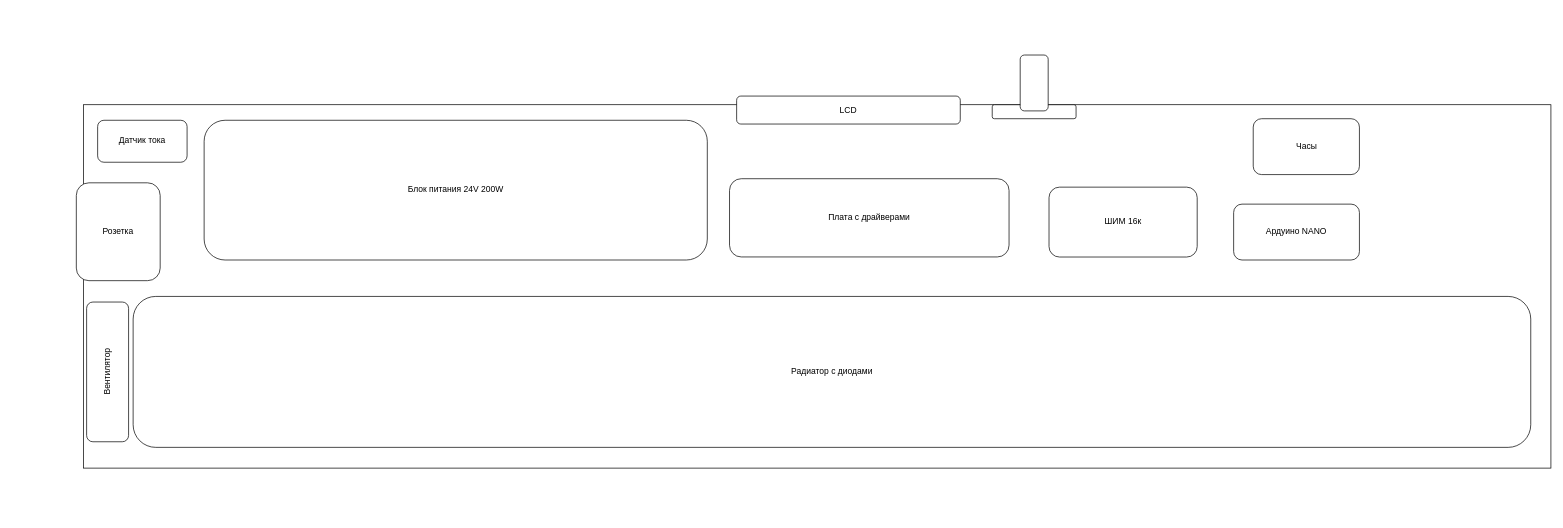
Earlier version of the draw.io diagram lighter.drawio (drakulitka/diagrams). Source tidied: cells renumbered, new cells numbered last; positions are measured from the earlier drawing's top-left corner, leaving out a move shared by most shapes. Both pictures are drawn from the tidied source at 71%, with x=0, y=0 at pixel (76, 55).
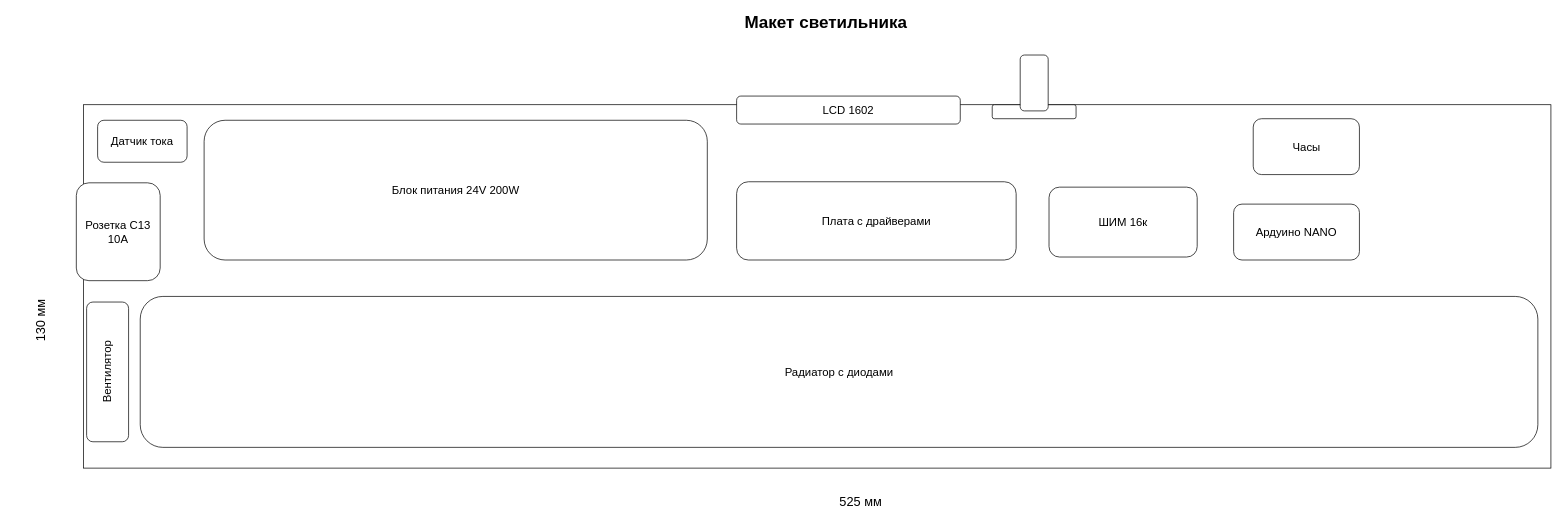
The same page after the edit.

Change to the diagram source:
```diff
@@
 <mxGraphModel>
   <root>
     <mxCell id="0" />
     <mxCell id="1" parent="0" />
-    <mxCell id="2" style="rounded=0;whiteSpace=wrap;html=1;labelBackgroundColor=none;labelBorderColor=none;" parent="1" vertex="1">
+    <mxCell id="2" style="rounded=0;whiteSpace=wrap;html=1;labelBackgroundColor=none;labelBorderColor=none;shadow=0;sketch=0;glass=0;noLabel=0;absoluteArcSize=0;fontSize=16;" parent="1" vertex="1">
       <mxGeometry x="10" y="70" width="2066.9" height="511.8" as="geometry" />
     </mxCell>
-    <mxCell id="3" value="Радиатор с диодами" style="rounded=1;whiteSpace=wrap;html=1;" parent="1" vertex="1">
-      <mxGeometry x="80" y="340" width="1968.5" height="212.6" as="geometry" />
+    <mxCell id="3" value="Радиатор с диодами" style="rounded=1;whiteSpace=wrap;html=1;fontSize=16;" parent="1" vertex="1">
+      <mxGeometry x="90" y="340" width="1968.5" height="212.6" as="geometry" />
     </mxCell>
-    <mxCell id="4" value="Блок питания 24V 200W" style="rounded=1;whiteSpace=wrap;html=1;" parent="1" vertex="1">
+    <mxCell id="4" value="Блок питания 24V 200W" style="rounded=1;whiteSpace=wrap;html=1;fontSize=16;" parent="1" vertex="1">
       <mxGeometry x="180" y="91.9" width="708.7" height="196.8" as="geometry" />
     </mxCell>
-    <mxCell id="5" value="&lt;span style=&quot;color: rgb(0, 0, 0);&quot;&gt;Плата с драйверами&lt;/span&gt;" style="rounded=1;whiteSpace=wrap;html=1;" parent="1" vertex="1">
-      <mxGeometry x="920" y="174.2" width="393.7" height="110.2" as="geometry" />
-    </mxCell>
-    <mxCell id="6" value="Ардуино NANO" style="rounded=1;whiteSpace=wrap;html=1;" parent="1" vertex="1">
+    <mxCell id="6" value="Ардуино NANO" style="rounded=1;whiteSpace=wrap;html=1;fontSize=16;" parent="1" vertex="1">
       <mxGeometry x="1630" y="210" width="177.2" height="78.7" as="geometry" />
     </mxCell>
-    <mxCell id="7" value="ШИМ 16к" style="rounded=1;whiteSpace=wrap;html=1;" parent="1" vertex="1">
+    <mxCell id="7" value="ШИМ 16к" style="rounded=1;whiteSpace=wrap;html=1;fontSize=16;" parent="1" vertex="1">
       <mxGeometry x="1370" y="186.1" width="208.7" height="98.4" as="geometry" />
     </mxCell>
-    <mxCell id="8" value="Часы" style="rounded=1;whiteSpace=wrap;html=1;" parent="1" vertex="1">
+    <mxCell id="8" value="Часы" style="rounded=1;whiteSpace=wrap;html=1;fontSize=16;" parent="1" vertex="1">
       <mxGeometry x="1657.6" y="89.7" width="149.6" height="78.7" as="geometry" />
     </mxCell>
-    <mxCell id="9" value="LCD" style="rounded=1;whiteSpace=wrap;html=1;horizontal=1;" parent="1" vertex="1">
+    <mxCell id="9" value="LCD 1602" style="rounded=1;whiteSpace=wrap;html=1;horizontal=1;fontSize=16;" parent="1" vertex="1">
       <mxGeometry x="930" y="57.8" width="315" height="39.4" as="geometry" />
     </mxCell>
-    <mxCell id="10" value="Датчик тока" style="rounded=1;whiteSpace=wrap;html=1;" parent="1" vertex="1">
+    <mxCell id="10" value="Датчик тока" style="rounded=1;whiteSpace=wrap;html=1;fontSize=16;" parent="1" vertex="1">
       <mxGeometry x="30" y="91.9" width="126" height="59.1" as="geometry" />
     </mxCell>
-    <mxCell id="11" value="Розетка" style="rounded=1;whiteSpace=wrap;html=1;" parent="1" vertex="1">
+    <mxCell id="11" value="Розетка С13&lt;br&gt;10А" style="rounded=1;whiteSpace=wrap;html=1;fontSize=16;" parent="1" vertex="1">
       <mxGeometry y="180" width="118.1" height="137.8" as="geometry" />
     </mxCell>
-    <mxCell id="12" value="Вентилятор" style="rounded=1;whiteSpace=wrap;html=1;labelBackgroundColor=none;labelBorderColor=none;horizontal=0;" parent="1" vertex="1">
+    <mxCell id="12" value="Вентилятор" style="rounded=1;whiteSpace=wrap;html=1;labelBackgroundColor=none;labelBorderColor=none;horizontal=0;fontSize=16;" parent="1" vertex="1">
       <mxGeometry x="14.5" y="347.9" width="59.1" height="196.8" as="geometry" />
     </mxCell>
-    <mxCell id="13" style="group;" parent="1" vertex="1">
+    <mxCell id="13" style="group;fontSize=16;" parent="1" vertex="1">
       <mxGeometry x="1290" width="118.1" height="89.7" as="geometry" />
     </mxCell>
-    <mxCell id="14" style="rounded=1;whiteSpace=wrap;html=1;labelBackgroundColor=none;labelBorderColor=none;" parent="13" vertex="1">
+    <mxCell id="14" style="rounded=1;whiteSpace=wrap;html=1;labelBackgroundColor=none;labelBorderColor=none;fontSize=16;" parent="13" vertex="1">
       <mxGeometry y="70" width="118.1" height="19.7" as="geometry" />
     </mxCell>
-    <mxCell id="15" style="rounded=1;whiteSpace=wrap;html=1;labelBackgroundColor=none;labelBorderColor=none;" parent="13" vertex="1">
+    <mxCell id="15" style="rounded=1;whiteSpace=wrap;html=1;labelBackgroundColor=none;labelBorderColor=none;fontSize=16;" parent="13" vertex="1">
       <mxGeometry x="39.4" width="39.4" height="78.7" as="geometry" />
     </mxCell>
+    <mxCell id="5" value="Плата с драйверами" style="rounded=1;whiteSpace=wrap;html=1;shadow=0;glass=0;labelBackgroundColor=none;labelBorderColor=none;sketch=0;fontSize=16;" parent="1" vertex="1">
+      <mxGeometry x="930" y="178.5" width="393.7" height="110.2" as="geometry" />
+    </mxCell>
+    <mxCell id="16" value="525 мм" style="text;html=1;strokeColor=none;fillColor=none;align=center;verticalAlign=middle;whiteSpace=wrap;rounded=0;shadow=0;glass=0;labelBackgroundColor=none;labelBorderColor=none;sketch=0;fontSize=18;" parent="1" vertex="1">
+      <mxGeometry x="1050" y="610" width="110" height="40" as="geometry" />
+    </mxCell>
+    <mxCell id="17" value="130 мм" style="text;html=1;strokeColor=none;fillColor=none;align=center;verticalAlign=middle;whiteSpace=wrap;rounded=0;shadow=0;glass=0;labelBackgroundColor=none;labelBorderColor=none;sketch=0;fontSize=18;horizontal=0;" parent="1" vertex="1">
+      <mxGeometry x="-90" y="317.8" width="80" height="112.2" as="geometry" />
+    </mxCell>
+    <mxCell id="18" value="Макет светильника" style="text;html=1;strokeColor=none;fillColor=none;align=center;verticalAlign=middle;whiteSpace=wrap;rounded=0;shadow=0;glass=0;labelBackgroundColor=none;labelBorderColor=none;sketch=0;fontSize=24;fontStyle=1;" parent="1" vertex="1">
+      <mxGeometry x="860" y="-60" width="392" height="30" as="geometry" />
+    </mxCell>
   </root>
 </mxGraphModel>
```
